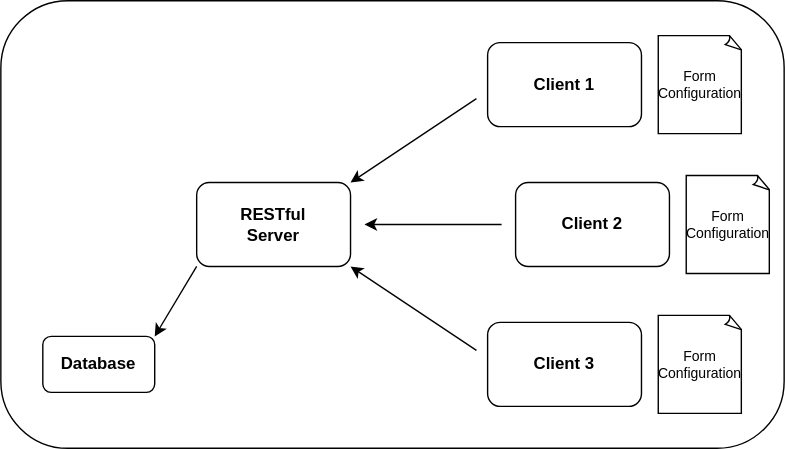
This is assets/RESTful_libreForms_Architecture.drawio.svg from libreForms/spec, a draw.io export, as it was before one commit. Source tidied: cells renumbered, new cells last; positions are measured from the earlier drawing's top-left corner, leaving out a move shared by most shapes.
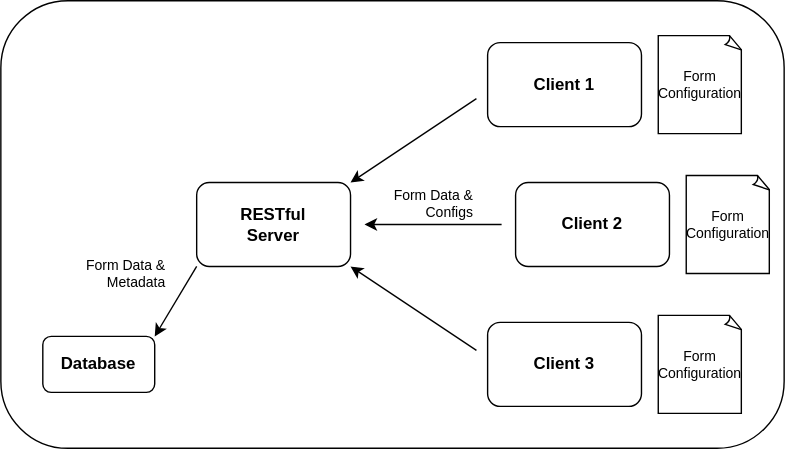
Above is the later version.

Change to the diagram source:
```diff
@@ -51,5 +51,11 @@
     <mxCell id="14" value="&lt;div style=&quot;font-size: 10px;&quot;&gt;&lt;font style=&quot;font-size: 10px;&quot;&gt;Form&lt;/font&gt;&lt;/div&gt;&lt;div style=&quot;font-size: 10px;&quot;&gt;&lt;font style=&quot;font-size: 10px;&quot;&gt;Configuration&lt;/font&gt;&lt;br&gt;&lt;/div&gt;" style="whiteSpace=wrap;html=1;shape=mxgraph.basic.document;fontSize=11;fillColor=none;" parent="1" vertex="1">
       <mxGeometry x="470" y="225" width="60" height="70" as="geometry" />
     </mxCell>
+    <mxCell id="15" value="&lt;div style=&quot;font-size: 10px;&quot; align=&quot;right&quot;&gt;&lt;font style=&quot;font-size: 10px;&quot;&gt;Form Data &amp;amp; &lt;/font&gt;Metadata&lt;/div&gt;" style="text;html=1;strokeColor=none;fillColor=none;align=right;verticalAlign=middle;whiteSpace=wrap;rounded=0;" parent="1" vertex="1">
+      <mxGeometry x="30" y="180" width="90" height="30" as="geometry" />
+    </mxCell>
+    <mxCell id="16" value="&lt;div style=&quot;font-size: 10px;&quot; align=&quot;right&quot;&gt;&lt;font style=&quot;font-size: 10px;&quot;&gt;Form Data &amp;amp; &lt;br&gt;&lt;/font&gt;&lt;/div&gt;&lt;div style=&quot;font-size: 10px;&quot; align=&quot;right&quot;&gt;Configs&lt;/div&gt;" style="text;html=1;strokeColor=none;fillColor=none;align=right;verticalAlign=middle;whiteSpace=wrap;rounded=0;" parent="1" vertex="1">
+      <mxGeometry x="250" y="130" width="90" height="30" as="geometry" />
+    </mxCell>
   </root>
 </mxGraphModel>
```
